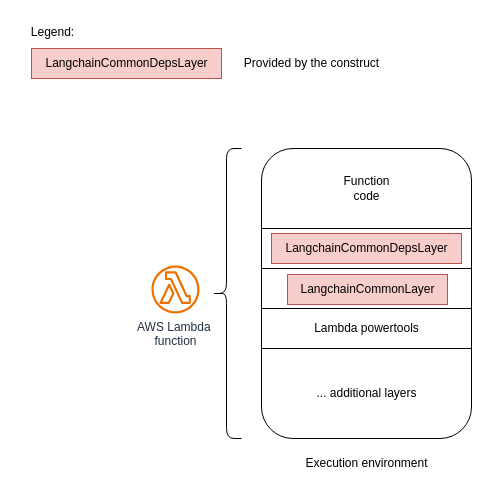
This is page "aws-langchain-common-layer" (4 of 10) of docs/generative_ai_cdk_constructs.drawio from awslabs/generative-ai-cdk-constructs, a draw.io file, before an edit. Source tidied: cells renumbered, new cells numbered last; positions are measured from the earlier drawing's top-left corner, leaving out a move shared by most shapes. Both pictures are drawn from the tidied source at 100%, with x=0, y=0 at pixel (17, 17).
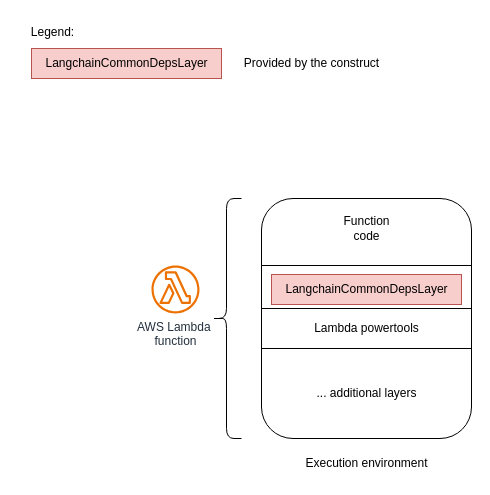
Above is the later version.

Diff of the diagram source:
```diff
@@
     <mxCell id="2" style="rounded=1;whiteSpace=wrap;html=1;" parent="1" vertex="1">
-      <mxGeometry x="244" y="131" width="210" height="290" as="geometry" />
+      <mxGeometry x="244" y="181" width="210" height="240" as="geometry" />
     </mxCell>
     <mxCell id="3" style="shape=curlyBracket;whiteSpace=wrap;html=1;rounded=1;" parent="1" vertex="1">
-      <mxGeometry x="194" y="131" width="30" height="290" as="geometry" />
+      <mxGeometry x="194" y="181" width="30" height="240" as="geometry" />
     </mxCell>
     <mxCell id="4" value="Function&lt;br&gt;code" style="text;html=1;align=center;verticalAlign=middle;strokeColor=none;fillColor=none;" parent="1" vertex="1">
-      <mxGeometry x="314" y="151" width="70" height="40" as="geometry" />
+      <mxGeometry x="314" y="191" width="70" height="40" as="geometry" />
     </mxCell>
@@
     <mxCell id="6" style="endArrow=none;html=1;rounded=0;" parent="1" edge="1">
       <mxGeometry relative="1" as="geometry">
-        <mxPoint x="244" y="211" as="sourcePoint" />
-        <mxPoint x="454" y="211" as="targetPoint" />
+        <mxPoint x="244" y="248" as="sourcePoint" />
+        <mxPoint x="454" y="248" as="targetPoint" />
       </mxGeometry>
     </mxCell>
-    <mxCell id="7" style="endArrow=none;html=1;rounded=0;" parent="1" edge="1">
-      <mxGeometry relative="1" as="geometry">
-        <mxPoint x="244" y="251" as="sourcePoint" />
-        <mxPoint x="454" y="251" as="targetPoint" />
-      </mxGeometry>
-    </mxCell>
@@
     <mxCell id="11" value="LangchainCommonDepsLayer" style="text;html=1;align=center;verticalAlign=middle;strokeColor=#b85450;fillColor=#f8cecc;" parent="1" vertex="1">
-      <mxGeometry x="254" y="216" width="190" height="30" as="geometry" />
+      <mxGeometry x="254" y="257" width="190" height="30" as="geometry" />
     </mxCell>
-    <mxCell id="12" value="LangchainCommonLayer" style="text;html=1;align=center;verticalAlign=middle;strokeColor=#b85450;fillColor=#f8cecc;" parent="1" vertex="1">
-      <mxGeometry x="270" y="257" width="160" height="30" as="geometry" />
-    </mxCell>
```
